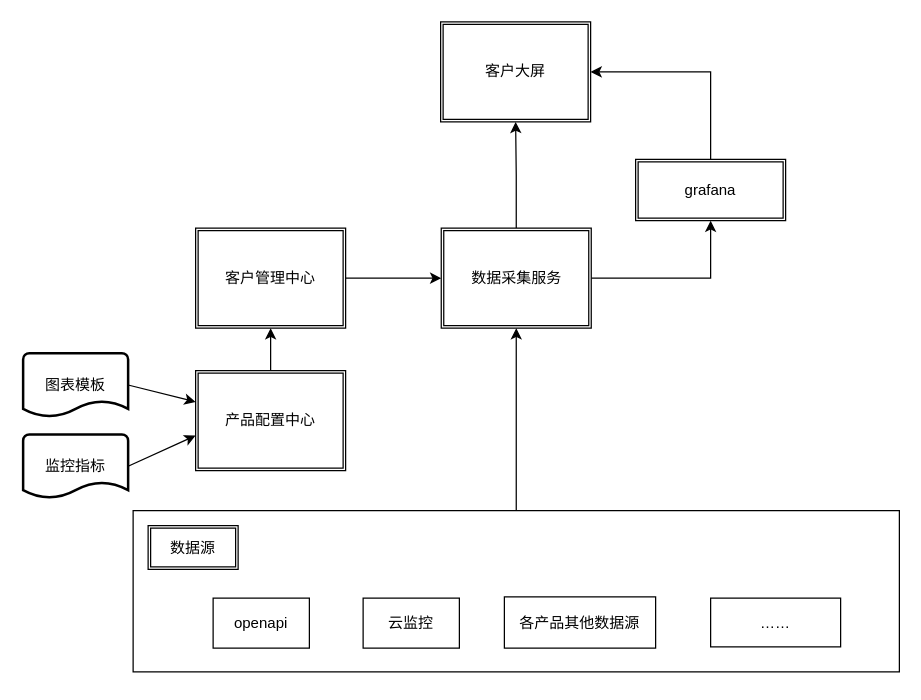
Above: Untitled Diagram.drawio in SunnyYun/wecourse (draw.io), before the change. Source tidied: cells renumbered, new cells numbered last; positions are measured from the earlier drawing's top-left corner, leaving out a move shared by most shapes. Both pictures are drawn from the tidied source at 125%, with x=0, y=0 at pixel (22, 21).
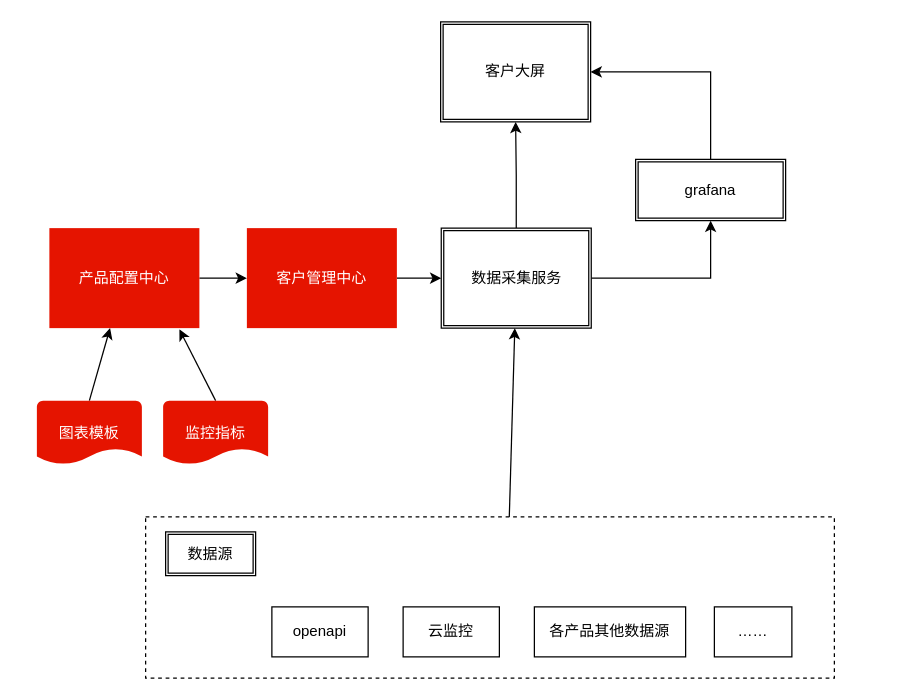
The same page after the edit.

The change refers to these unchanged cells:
```xml
<mxCell id="8" value="数据采集服务" style="shape=ext;double=1;rounded=0;whiteSpace=wrap;html=1;" parent="1" vertex="1">
  <mxGeometry x="334.5" y="165" width="120" height="80" as="geometry" />
</mxCell>
```

What changed in the source:
```diff
@@
-    <mxCell id="2" style="edgeStyle=none;rounded=0;jettySize=auto;html=1;exitX=0.5;exitY=0;exitDx=0;exitDy=0;" parent="1" edge="1" source="3" target="5">
+    <mxCell id="2" style="edgeStyle=orthogonalEdgeStyle;rounded=0;jettySize=auto;html=1;exitX=1;exitY=0.5;exitDx=0;exitDy=0;" parent="1" edge="1" source="3" target="5">
       <mxGeometry relative="1" as="geometry" />
     </mxCell>
-    <mxCell id="3" value="产品配置中心" style="shape=ext;double=1;rounded=0;whiteSpace=wrap;html=1;" parent="1" vertex="1">
-      <mxGeometry x="138" y="279" width="120" height="80" as="geometry" />
+    <mxCell id="3" value="产品配置中心" style="shape=ext;double=1;rounded=0;whiteSpace=wrap;html=1;fillColor=#e51400;fontColor=#ffffff;strokeColor=none;" parent="1" vertex="1">
+      <mxGeometry x="21" y="165" width="120" height="80" as="geometry" />
     </mxCell>
@@
-    <mxCell id="5" value="客户管理中心" style="shape=ext;double=1;rounded=0;whiteSpace=wrap;html=1;" parent="1" vertex="1">
-      <mxGeometry x="138" y="165" width="120" height="80" as="geometry" />
+    <mxCell id="5" value="客户管理中心" style="shape=ext;double=1;rounded=0;whiteSpace=wrap;html=1;fillColor=#e51400;fontColor=#ffffff;strokeColor=none;" parent="1" vertex="1">
+      <mxGeometry x="179" y="165" width="120" height="80" as="geometry" />
     </mxCell>
@@
-    <mxCell id="12" style="edgeStyle=none;rounded=0;jettySize=auto;html=1;" parent="1" edge="1" source="13" target="8">
+    <mxCell id="12" style="edgeStyle=none;rounded=0;jettySize=auto;html=1;exitX=0.528;exitY=0;exitDx=0;exitDy=0;exitPerimeter=0;" parent="1" edge="1" source="13" target="8">
       <mxGeometry relative="1" as="geometry" />
     </mxCell>
-    <mxCell id="13" style="verticalLabelPosition=bottom;verticalAlign=top;html=1;shape=mxgraph.basic.rect;fillColor2=none;strokeWidth=1;size=20;indent=5;" parent="1" vertex="1">
-      <mxGeometry x="88" y="391" width="613" height="129" as="geometry" />
+    <mxCell id="13" style="verticalLabelPosition=bottom;verticalAlign=top;html=1;shape=mxgraph.basic.rect;fillColor2=none;strokeWidth=1;size=20;indent=5;dashed=1;" parent="1" vertex="1">
+      <mxGeometry x="98" y="396" width="551" height="129" as="geometry" />
     </mxCell>
     <mxCell id="14" value="数据源" style="shape=ext;double=1;rounded=0;whiteSpace=wrap;html=1;" parent="1" vertex="1">
-      <mxGeometry x="100" y="403" width="72" height="35" as="geometry" />
+      <mxGeometry x="114" y="408" width="72" height="35" as="geometry" />
     </mxCell>
@@
     <mxCell id="16" value="openapi" style="rounded=0;whiteSpace=wrap;html=1;align=center;" parent="1" vertex="1">
-      <mxGeometry x="152" y="461" width="77" height="40" as="geometry" />
+      <mxGeometry x="199" y="468" width="77" height="40" as="geometry" />
     </mxCell>
     <mxCell id="17" value="云监控" style="rounded=0;whiteSpace=wrap;html=1;align=center;" parent="1" vertex="1">
-      <mxGeometry x="272" y="461" width="77" height="40" as="geometry" />
+      <mxGeometry x="304" y="468" width="77" height="40" as="geometry" />
     </mxCell>
     <mxCell id="18" value="……" style="whiteSpace=wrap;html=1;rounded=0;" parent="1" vertex="1">
-      <mxGeometry x="550" y="461" width="104" height="39" as="geometry" />
+      <mxGeometry x="553" y="468" width="62" height="40" as="geometry" />
     </mxCell>
     <mxCell id="19" value="各产品其他数据源" style="rounded=0;whiteSpace=wrap;html=1;align=center;" parent="1" vertex="1">
-      <mxGeometry x="385" y="460" width="121" height="41" as="geometry" />
+      <mxGeometry x="409" y="468" width="121" height="40" as="geometry" />
     </mxCell>
-    <mxCell id="20" style="edgeStyle=none;rounded=0;jettySize=auto;html=1;exitX=1;exitY=0.5;exitDx=0;exitDy=0;exitPerimeter=0;" parent="1" edge="1" source="21" target="3">
+    <mxCell id="20" style="edgeStyle=none;rounded=0;jettySize=auto;html=1;exitX=0.5;exitY=0;exitDx=0;exitDy=0;exitPerimeter=0;" parent="1" edge="1" source="21" target="3">
       <mxGeometry relative="1" as="geometry" />
     </mxCell>
-    <mxCell id="21" value="图表模板" style="strokeWidth=2;html=1;shape=mxgraph.flowchart.document2;whiteSpace=wrap;size=0.25;align=center;" parent="1" vertex="1">
-      <mxGeometry y="265" width="84" height="51" as="geometry" />
+    <mxCell id="21" value="图表模板" style="strokeWidth=2;html=1;shape=mxgraph.flowchart.document2;whiteSpace=wrap;size=0.25;align=center;fillColor=#e51400;fontColor=#ffffff;strokeColor=none;" parent="1" vertex="1">
+      <mxGeometry x="11" y="303" width="84" height="51" as="geometry" />
     </mxCell>
-    <mxCell id="22" style="edgeStyle=none;rounded=0;jettySize=auto;html=1;exitX=1;exitY=0.5;exitDx=0;exitDy=0;exitPerimeter=0;entryX=0;entryY=0.65;entryDx=0;entryDy=0;entryPerimeter=0;" parent="1" edge="1" source="23" target="3">
-      <mxGeometry relative="1" as="geometry" />
+    <mxCell id="22" style="edgeStyle=none;rounded=0;jettySize=auto;html=1;exitX=0.5;exitY=0;exitDx=0;exitDy=0;exitPerimeter=0;" parent="1" edge="1" source="23">
+      <mxGeometry relative="1" as="geometry">
+        <mxPoint x="125" y="246" as="targetPoint" />
+      </mxGeometry>
     </mxCell>
-    <mxCell id="23" value="监控指标" style="strokeWidth=2;html=1;shape=mxgraph.flowchart.document2;whiteSpace=wrap;size=0.25;align=center;" parent="1" vertex="1">
-      <mxGeometry y="330" width="84" height="51" as="geometry" />
+    <mxCell id="23" value="监控指标" style="strokeWidth=2;html=1;shape=mxgraph.flowchart.document2;whiteSpace=wrap;size=0.25;align=center;fillColor=#e51400;fontColor=#ffffff;strokeColor=none;" parent="1" vertex="1">
+      <mxGeometry x="112" y="303" width="84" height="51" as="geometry" />
     </mxCell>
```
